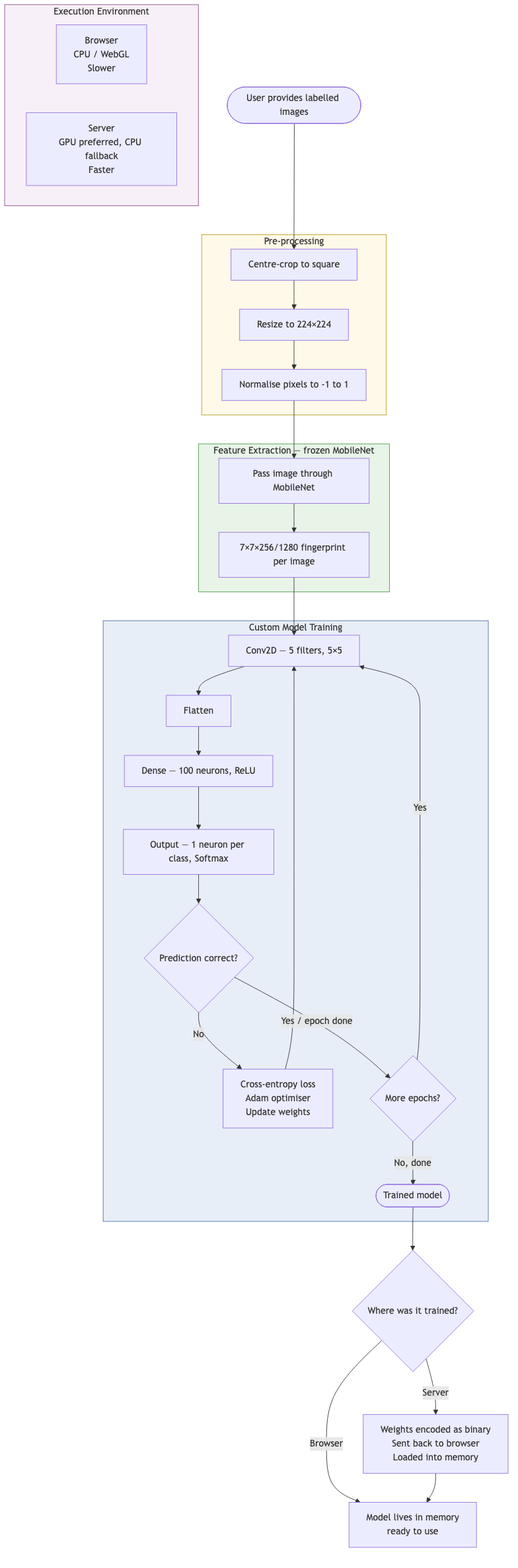
This is docs/diagram.png from appinventor-foundation/wb-pic, a Mermaid export, as it was before one commit. Its source is kept beside it as docs/diagram.mmd. Source of this version:
```mermaid
flowchart TD
    A([User provides labelled images]) --> B

    subgraph PRE[Pre-processing]
        B[Centre-crop to square] --> C[Resize to 224×224]
        C --> D[Normalise pixels to -1 to 1]
    end

    D --> E

    subgraph TRANSFER[Feature Extraction — frozen MobileNet]
        E[Pass image through MobileNet] --> F[7×7×256/1280 fingerprint per image]
    end

    F --> G

    subgraph TRAIN[Custom Model Training]
        G[Conv2D — 5 filters, 5×5] --> H[Flatten]
        H --> I[Dense — 100 neurons, ReLU]
        I --> J[Output — 1 neuron per class, Softmax]
        J --> K{Prediction correct?}
        K -- No --> L[Cross-entropy loss\nAdam optimiser\nUpdate weights]
        L --> G
        K -- Yes / epoch done --> M{More epochs?}
        M -- Yes --> G
        M -- No, done --> N
    end

    N([Trained model]) --> O{Where was it trained?}

    O -- Browser --> P[Model lives in memory\nready to use]
    O -- Server --> Q[Weights encoded as binary\nSent back to browser\nLoaded into memory]
    Q --> P

    subgraph ENV[Execution Environment]
        R[Browser\nCPU / WebGL\nSlower]
        S[Server\nGPU preferred, CPU fallback\nFaster]
    end

    style TRANSFER fill:#e8f4e8,stroke:#4a9e4a
    style TRAIN fill:#e8eef8,stroke:#4a6ea8
    style PRE fill:#fef9e8,stroke:#b8a020
    style ENV fill:#f8f0f8,stroke:#8a4a8a
```
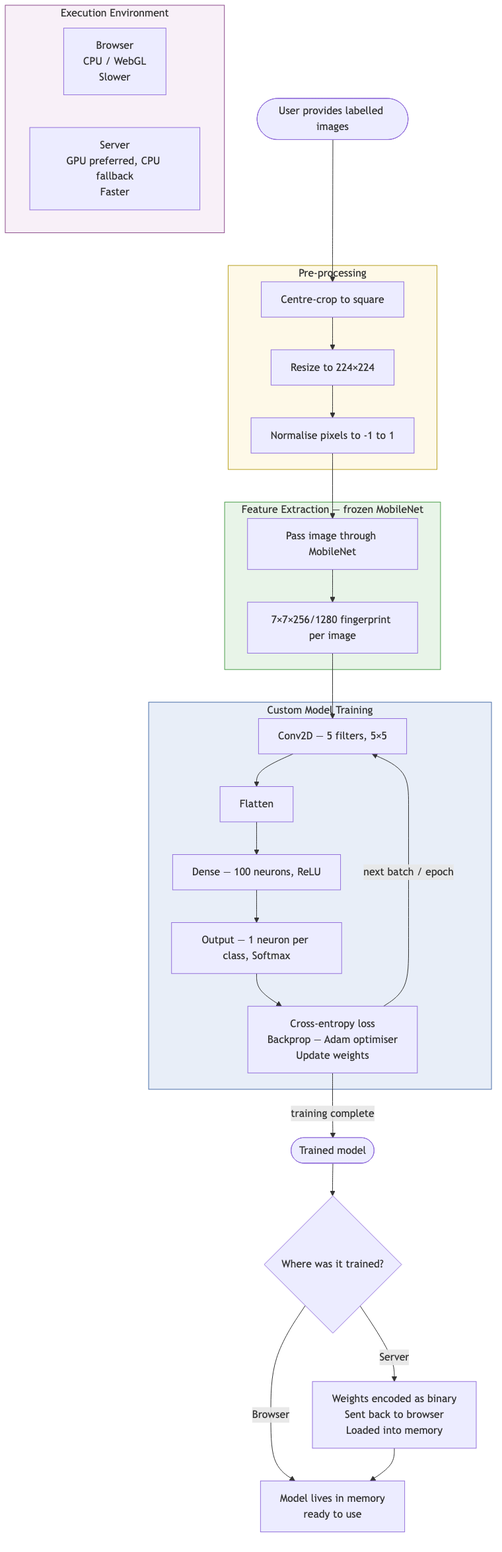
Later version of the same file.

Commit message:
simplify diagram with wrong assumption for weight updates

What changed in the source:
```diff
@@ -18,13 +18,10 @@
         G[Conv2D — 5 filters, 5×5] --> H[Flatten]
         H --> I[Dense — 100 neurons, ReLU]
         I --> J[Output — 1 neuron per class, Softmax]
-        J --> K{Prediction correct?}
-        K -- No --> L[Cross-entropy loss\nAdam optimiser\nUpdate weights]
-        L --> G
-        K -- Yes / epoch done --> M{More epochs?}
-        M -- Yes --> G
-        M -- No, done --> N
+        J --> L[Cross-entropy loss\nBackprop — Adam optimiser\nUpdate weights]
+        L -->|next batch / epoch| G
     end
+    L -->|training complete| N
 
     N([Trained model]) --> O{Where was it trained?}
 
```
